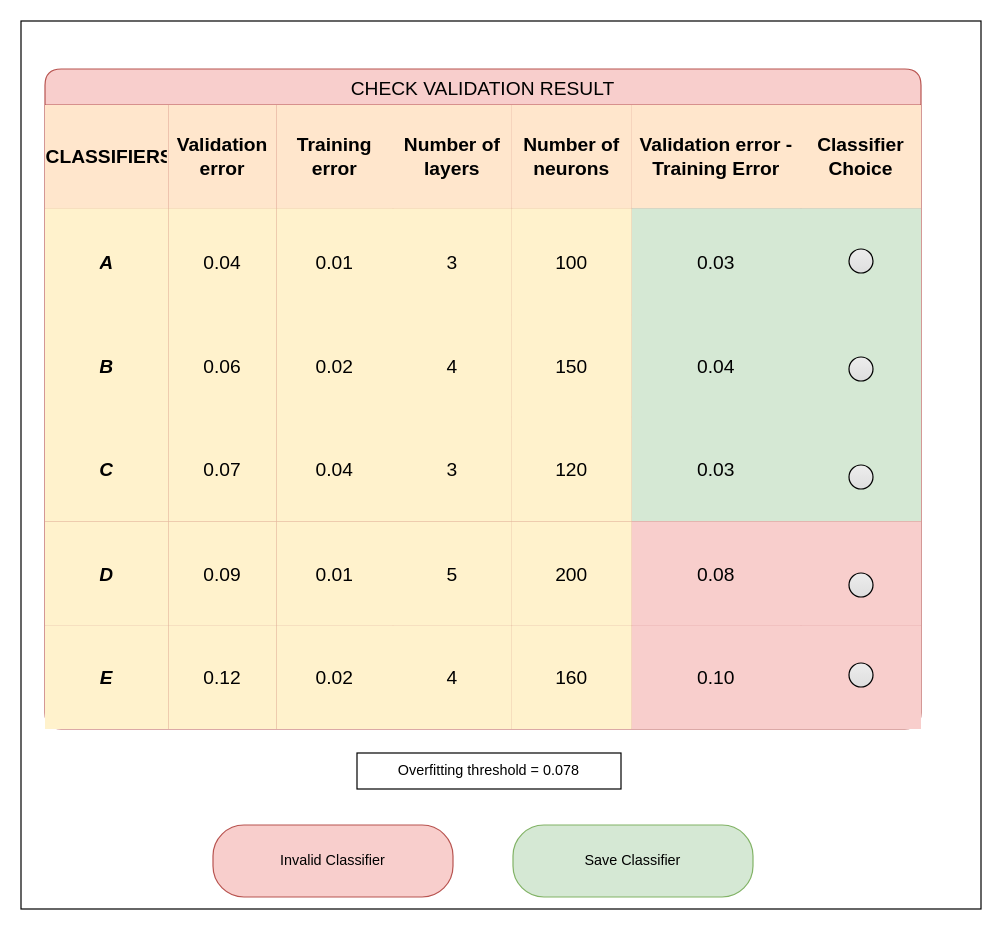
This is CHECK VALIDATION RESULT -TASK LEVEL MODELING.drawio from BaffoBello14/AutomaticDamagesRecognition, a draw.io file, before an edit. Source tidied: cells renumbered, new cells numbered last; positions are measured from the earlier drawing's top-left corner, leaving out a move shared by most shapes. Both pictures are drawn from the tidied source at 120%, with x=0, y=0 at pixel (20, 20).
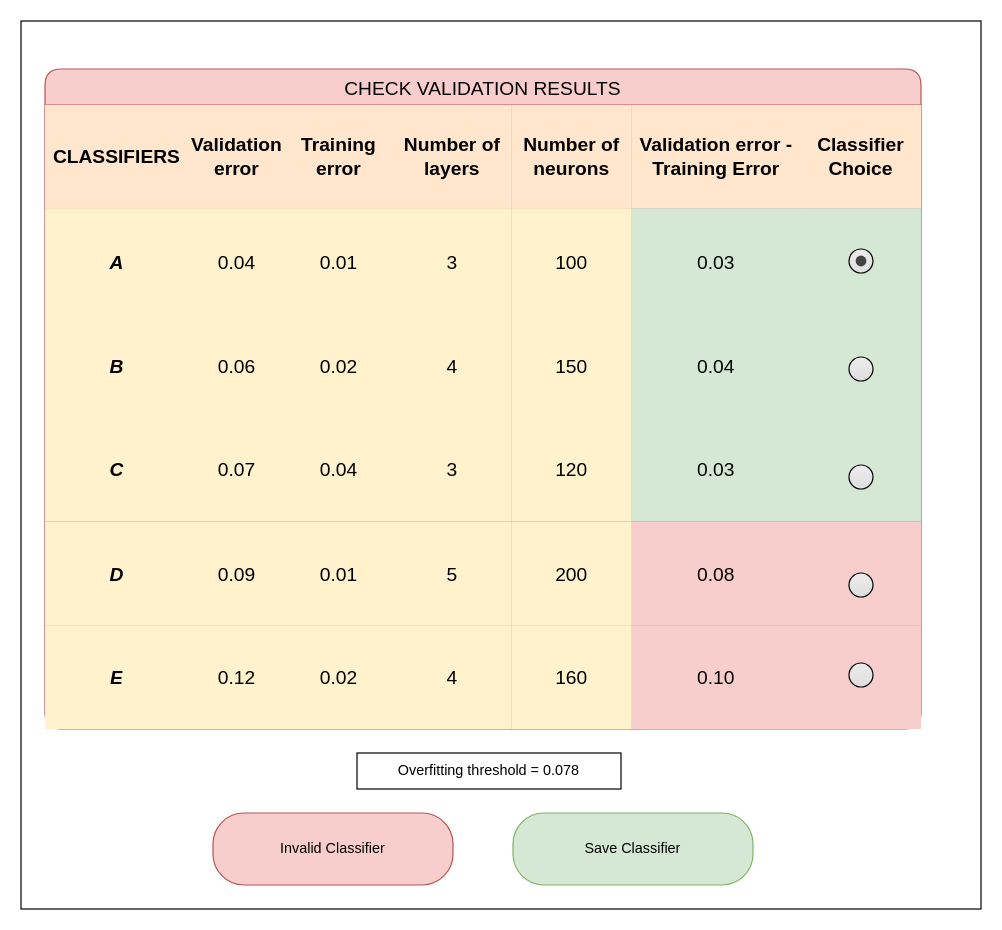
The same page after the edit.

Unchanged cells that the change refers to:
```xml
<mxCell id="4" style="shape=tableRow;horizontal=0;startSize=0;swimlaneHead=0;swimlaneBody=0;strokeColor=inherit;top=0;left=0;bottom=0;right=0;fillColor=none;fontSize=16;" parent="3" vertex="1">
  <mxGeometry y="30" width="730" height="86" as="geometry" />
</mxCell>
<mxCell id="12" style="shape=tableRow;horizontal=0;startSize=0;swimlaneHead=0;swimlaneBody=0;strokeColor=inherit;top=0;left=0;bottom=0;right=0;fillColor=none;fontSize=16;" parent="3" vertex="1">
  <mxGeometry y="116" width="730" height="89" as="geometry" />
</mxCell>
<mxCell id="20" style="shape=tableRow;horizontal=0;startSize=0;swimlaneHead=0;swimlaneBody=0;strokeColor=inherit;top=0;left=0;bottom=0;right=0;fillColor=none;fontSize=16;" parent="3" vertex="1">
  <mxGeometry y="205" width="730" height="85" as="geometry" />
</mxCell>
<mxCell id="28" style="shape=tableRow;horizontal=0;startSize=0;swimlaneHead=0;swimlaneBody=0;strokeColor=inherit;top=0;left=0;bottom=0;right=0;fillColor=none;fontSize=16;" parent="3" vertex="1">
  <mxGeometry y="290" width="730" height="87" as="geometry" />
</mxCell>
<mxCell id="36" style="shape=tableRow;horizontal=0;startSize=0;swimlaneHead=0;swimlaneBody=0;strokeColor=inherit;top=0;left=0;bottom=0;right=0;fillColor=none;fontSize=16;" parent="3" vertex="1">
  <mxGeometry y="377" width="730" height="87" as="geometry" />
</mxCell>
<mxCell id="44" style="shape=tableRow;horizontal=0;startSize=0;swimlaneHead=0;swimlaneBody=0;strokeColor=inherit;top=0;left=0;bottom=0;right=0;fillColor=none;fontSize=16;" parent="3" vertex="1">
  <mxGeometry y="464" width="730" height="86" as="geometry" />
</mxCell>
```

The edit, as a diff of the source:
```diff
@@
-    <mxCell id="3" value="CHECK VALIDATION RESULT" style="shape=table;startSize=30;childLayout=tableLayout;strokeColor=#b85450;fontSize=16;fillColor=#f8cecc;perimeterSpacing=0;rounded=1;shadow=0;" parent="1" vertex="1">
+    <mxCell id="3" value="CHECK VALIDATION RESULTS" style="shape=table;startSize=30;childLayout=tableLayout;strokeColor=#b85450;fontSize=16;fillColor=#f8cecc;perimeterSpacing=0;rounded=1;shadow=0;" parent="1" vertex="1">
       <mxGeometry x="20" y="40" width="730" height="550" as="geometry" />
     </mxCell>
@@
     <mxCell id="5" value="CLASSIFIERS" style="shape=partialRectangle;html=1;whiteSpace=wrap;strokeColor=#d79b00;overflow=hidden;fillColor=#ffe6cc;top=0;left=0;bottom=0;right=0;fontSize=16;fontStyle=1;" parent="4" vertex="1">
-      <mxGeometry width="103" height="86" as="geometry" />
+      <mxGeometry width="120" height="86" as="geometry" />
     </mxCell>
     <mxCell id="6" value="Validation error" style="shape=partialRectangle;html=1;whiteSpace=wrap;strokeColor=#d79b00;overflow=hidden;fillColor=#ffe6cc;top=0;left=0;bottom=0;right=0;fontSize=16;fontStyle=1;" parent="4" vertex="1">
-      <mxGeometry x="103" width="90" height="86" as="geometry" />
+      <mxGeometry x="120" width="80" height="86" as="geometry" />
     </mxCell>
     <mxCell id="7" value="Training error" style="shape=partialRectangle;html=1;whiteSpace=wrap;strokeColor=#d79b00;overflow=hidden;fillColor=#ffe6cc;top=0;left=0;bottom=0;right=0;fontSize=16;fontStyle=1;" parent="4" vertex="1">
-      <mxGeometry x="193" width="97" height="86" as="geometry" />
+      <mxGeometry x="200" width="90" height="86" as="geometry" />
     </mxCell>
@@
     <mxCell id="13" value="A" style="shape=partialRectangle;html=1;whiteSpace=wrap;strokeColor=#d6b656;overflow=hidden;fillColor=#fff2cc;top=0;left=0;bottom=0;right=0;fontSize=16;fontStyle=3;" parent="12" vertex="1">
-      <mxGeometry width="103" height="89" as="geometry" />
+      <mxGeometry width="120" height="89" as="geometry" />
     </mxCell>
     <mxCell id="14" value="0.04" style="shape=partialRectangle;html=1;whiteSpace=wrap;strokeColor=#d6b656;overflow=hidden;fillColor=#fff2cc;top=0;left=0;bottom=0;right=0;fontSize=16;" parent="12" vertex="1">
-      <mxGeometry x="103" width="90" height="89" as="geometry" />
+      <mxGeometry x="120" width="80" height="89" as="geometry" />
     </mxCell>
     <mxCell id="15" value="0.01" style="shape=partialRectangle;html=1;whiteSpace=wrap;strokeColor=#d6b656;overflow=hidden;fillColor=#fff2cc;top=0;left=0;bottom=0;right=0;fontSize=16;" parent="12" vertex="1">
-      <mxGeometry x="193" width="97" height="89" as="geometry" />
+      <mxGeometry x="200" width="90" height="89" as="geometry" />
     </mxCell>
@@
     <mxCell id="21" value="B" style="shape=partialRectangle;html=1;whiteSpace=wrap;strokeColor=#d6b656;overflow=hidden;fillColor=#fff2cc;top=0;left=0;bottom=0;right=0;fontSize=16;fontStyle=3;" parent="20" vertex="1">
-      <mxGeometry width="103" height="85" as="geometry" />
+      <mxGeometry width="120" height="85" as="geometry" />
     </mxCell>
     <mxCell id="22" value="0.06" style="shape=partialRectangle;html=1;whiteSpace=wrap;strokeColor=#d6b656;overflow=hidden;fillColor=#fff2cc;top=0;left=0;bottom=0;right=0;fontSize=16;" parent="20" vertex="1">
-      <mxGeometry x="103" width="90" height="85" as="geometry" />
+      <mxGeometry x="120" width="80" height="85" as="geometry" />
     </mxCell>
     <mxCell id="23" value="0.02" style="shape=partialRectangle;html=1;whiteSpace=wrap;strokeColor=#d6b656;overflow=hidden;fillColor=#fff2cc;top=0;left=0;bottom=0;right=0;fontSize=16;" parent="20" vertex="1">
-      <mxGeometry x="193" width="97" height="85" as="geometry" />
+      <mxGeometry x="200" width="90" height="85" as="geometry" />
     </mxCell>
@@
     <mxCell id="29" value="C" style="shape=partialRectangle;html=1;whiteSpace=wrap;strokeColor=#d6b656;overflow=hidden;fillColor=#fff2cc;top=0;left=0;bottom=0;right=0;fontSize=16;fontStyle=3;" parent="28" vertex="1">
-      <mxGeometry width="103" height="87" as="geometry" />
+      <mxGeometry width="120" height="87" as="geometry" />
     </mxCell>
     <mxCell id="30" value="0.07" style="shape=partialRectangle;html=1;whiteSpace=wrap;strokeColor=#d6b656;overflow=hidden;fillColor=#fff2cc;top=0;left=0;bottom=0;right=0;fontSize=16;" parent="28" vertex="1">
-      <mxGeometry x="103" width="90" height="87" as="geometry" />
+      <mxGeometry x="120" width="80" height="87" as="geometry" />
     </mxCell>
     <mxCell id="31" value="0.04" style="shape=partialRectangle;html=1;whiteSpace=wrap;strokeColor=#d6b656;overflow=hidden;fillColor=#fff2cc;top=0;left=0;bottom=0;right=0;fontSize=16;" parent="28" vertex="1">
-      <mxGeometry x="193" width="97" height="87" as="geometry" />
+      <mxGeometry x="200" width="90" height="87" as="geometry" />
     </mxCell>
@@
     <mxCell id="37" value="D" style="shape=partialRectangle;html=1;whiteSpace=wrap;strokeColor=#d6b656;overflow=hidden;fillColor=#fff2cc;top=0;left=0;bottom=0;right=0;fontSize=16;fontStyle=3;" parent="36" vertex="1">
-      <mxGeometry width="103" height="87" as="geometry" />
+      <mxGeometry width="120" height="87" as="geometry" />
     </mxCell>
     <mxCell id="38" value="0.09" style="shape=partialRectangle;html=1;whiteSpace=wrap;strokeColor=#d6b656;overflow=hidden;fillColor=#fff2cc;top=0;left=0;bottom=0;right=0;fontSize=16;" parent="36" vertex="1">
-      <mxGeometry x="103" width="90" height="87" as="geometry" />
+      <mxGeometry x="120" width="80" height="87" as="geometry" />
     </mxCell>
     <mxCell id="39" value="0.01" style="shape=partialRectangle;html=1;whiteSpace=wrap;strokeColor=#d6b656;overflow=hidden;fillColor=#fff2cc;top=0;left=0;bottom=0;right=0;fontSize=16;" parent="36" vertex="1">
-      <mxGeometry x="193" width="97" height="87" as="geometry" />
+      <mxGeometry x="200" width="90" height="87" as="geometry" />
     </mxCell>
@@
     <mxCell id="45" value="E" style="shape=partialRectangle;html=1;whiteSpace=wrap;strokeColor=#d6b656;overflow=hidden;fillColor=#fff2cc;top=0;left=0;bottom=0;right=0;fontSize=16;fontStyle=3;" parent="44" vertex="1">
-      <mxGeometry width="103" height="86" as="geometry" />
+      <mxGeometry width="120" height="86" as="geometry" />
     </mxCell>
     <mxCell id="46" value="0.12" style="shape=partialRectangle;html=1;whiteSpace=wrap;strokeColor=#d6b656;overflow=hidden;fillColor=#fff2cc;top=0;left=0;bottom=0;right=0;fontSize=16;" parent="44" vertex="1">
-      <mxGeometry x="103" width="90" height="86" as="geometry" />
+      <mxGeometry x="120" width="80" height="86" as="geometry" />
     </mxCell>
     <mxCell id="47" value="0.02" style="shape=partialRectangle;html=1;whiteSpace=wrap;strokeColor=#d6b656;overflow=hidden;fillColor=#fff2cc;top=0;left=0;bottom=0;right=0;fontSize=16;" parent="44" vertex="1">
-      <mxGeometry x="193" width="97" height="86" as="geometry" />
+      <mxGeometry x="200" width="90" height="86" as="geometry" />
     </mxCell>
@@
     <mxCell id="52" value="Save Classifier" style="rounded=1;whiteSpace=wrap;html=1;fillColor=#d5e8d4;strokeColor=#82b366;arcSize=43;" parent="1" vertex="1">
-      <mxGeometry x="410" y="670" width="200" height="60" as="geometry" />
+      <mxGeometry x="410" y="660" width="200" height="60" as="geometry" />
     </mxCell>
     <mxCell id="53" value="Invalid Classifier" style="rounded=1;whiteSpace=wrap;html=1;fillColor=#f8cecc;strokeColor=#b85450;arcSize=43;" parent="1" vertex="1">
-      <mxGeometry x="160" y="670" width="200" height="60" as="geometry" />
+      <mxGeometry x="160" y="660" width="200" height="60" as="geometry" />
     </mxCell>
@@
+    <mxCell id="60" style="shape=ellipse;fillColor=#444444;strokeColor=none;html=1;" parent="1" vertex="1">
+      <mxGeometry x="695.5" y="195.5" width="9" height="9" as="geometry" />
+    </mxCell>
```
